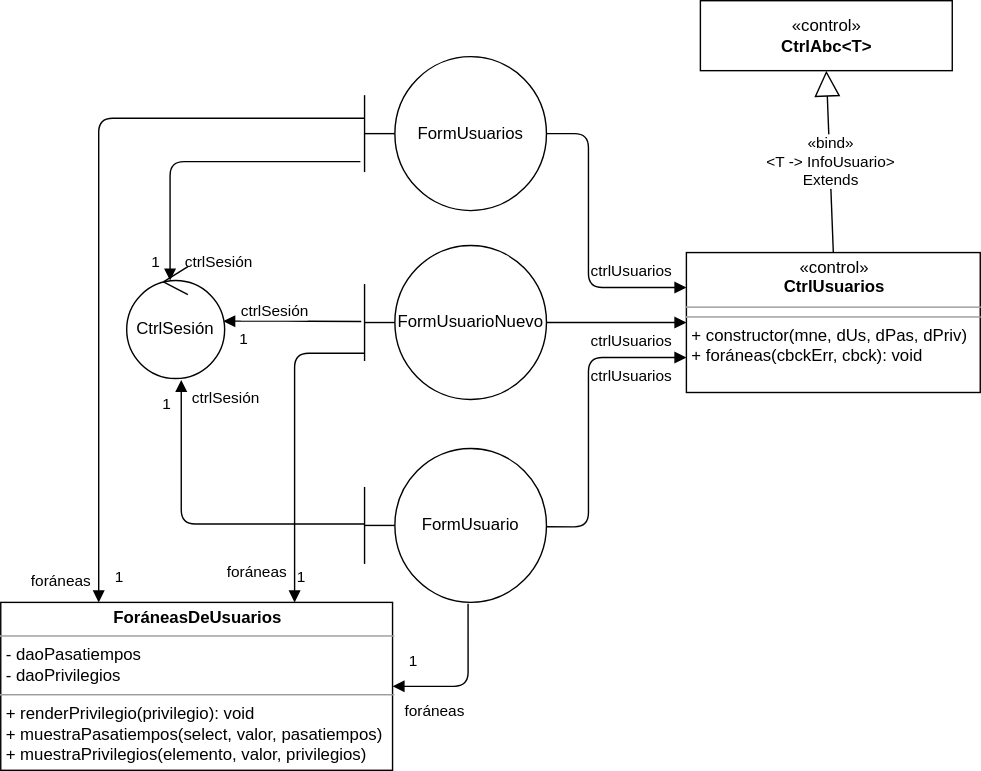
gilpgawoas/gilpgawoas.github.io keeps this draw.io diagram as img/usuarios.svg. Above is the earlier version. Source tidied: cells renumbered, new cells last; positions are measured from the earlier drawing's top-left corner, leaving out a move shared by most shapes.
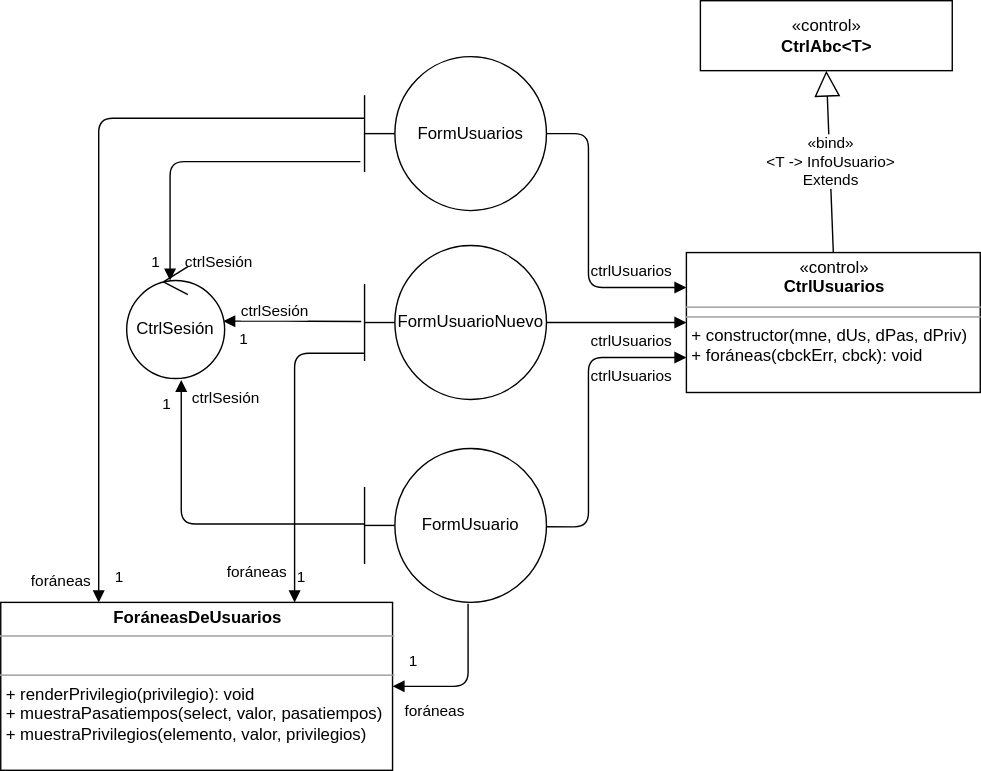
Later version of the same file.

Commit message:
Corrige diagrama

What changed in the source:
```diff
@@ -74,7 +74,7 @@
         <mxPoint x="5" y="15" as="offset" />
       </mxGeometry>
     </mxCell>
-    <mxCell id="17" value="&lt;p style=&quot;margin: 0px ; margin-top: 4px ; text-align: center&quot;&gt;&lt;b&gt;ForáneasDeUsuarios&lt;br&gt;&lt;/b&gt;&lt;/p&gt;&lt;hr size=&quot;1&quot;&gt;&lt;p style=&quot;margin: 0px ; margin-left: 4px&quot;&gt;- daoPasatiempos&lt;/p&gt;&lt;p style=&quot;margin: 0px ; margin-left: 4px&quot;&gt;- daoPrivilegios&lt;br&gt;&lt;/p&gt;&lt;hr size=&quot;1&quot;&gt;&lt;p style=&quot;margin: 0px ; margin-left: 4px&quot;&gt;&lt;span&gt;+ renderPrivilegio(privilegio): void&lt;/span&gt;&lt;br&gt;&lt;/p&gt;&lt;p style=&quot;margin: 0px ; margin-left: 4px&quot;&gt;+ muestraPasatiempos(select, valor, pasatiempos)&lt;/p&gt;&lt;p style=&quot;margin: 0px ; margin-left: 4px&quot;&gt;+ muestraPrivilegios(elemento, valor, privilegios)&lt;/p&gt;" style="verticalAlign=top;align=left;overflow=fill;fontSize=12;fontFamily=Helvetica;html=1;" parent="1" vertex="1">
+    <mxCell id="17" value="&lt;p style=&quot;margin: 0px ; margin-top: 4px ; text-align: center&quot;&gt;&lt;b&gt;ForáneasDeUsuarios&lt;br&gt;&lt;/b&gt;&lt;/p&gt;&lt;hr size=&quot;1&quot;&gt;&lt;p style=&quot;margin: 0px ; margin-left: 4px&quot;&gt;&lt;br&gt;&lt;/p&gt;&lt;hr size=&quot;1&quot;&gt;&lt;p style=&quot;margin: 0px ; margin-left: 4px&quot;&gt;&lt;span&gt;+ renderPrivilegio(privilegio): void&lt;/span&gt;&lt;br&gt;&lt;/p&gt;&lt;p style=&quot;margin: 0px ; margin-left: 4px&quot;&gt;+ muestraPasatiempos(select, valor, pasatiempos)&lt;/p&gt;&lt;p style=&quot;margin: 0px ; margin-left: 4px&quot;&gt;+ muestraPrivilegios(elemento, valor, privilegios)&lt;/p&gt;" style="verticalAlign=top;align=left;overflow=fill;fontSize=12;fontFamily=Helvetica;html=1;" parent="1" vertex="1">
       <mxGeometry y="430" width="280" height="120" as="geometry" />
     </mxCell>
     <mxCell id="18" value="foráneas" style="endArrow=none;endFill=0;html=1;edgeStyle=orthogonalEdgeStyle;align=left;verticalAlign=top;entryX=0;entryY=0.4;entryDx=0;entryDy=0;entryPerimeter=0;exitX=0.25;exitY=0;exitDx=0;exitDy=0;startArrow=block;startFill=1;" parent="1" edge="1" source="17" target="2">
```
